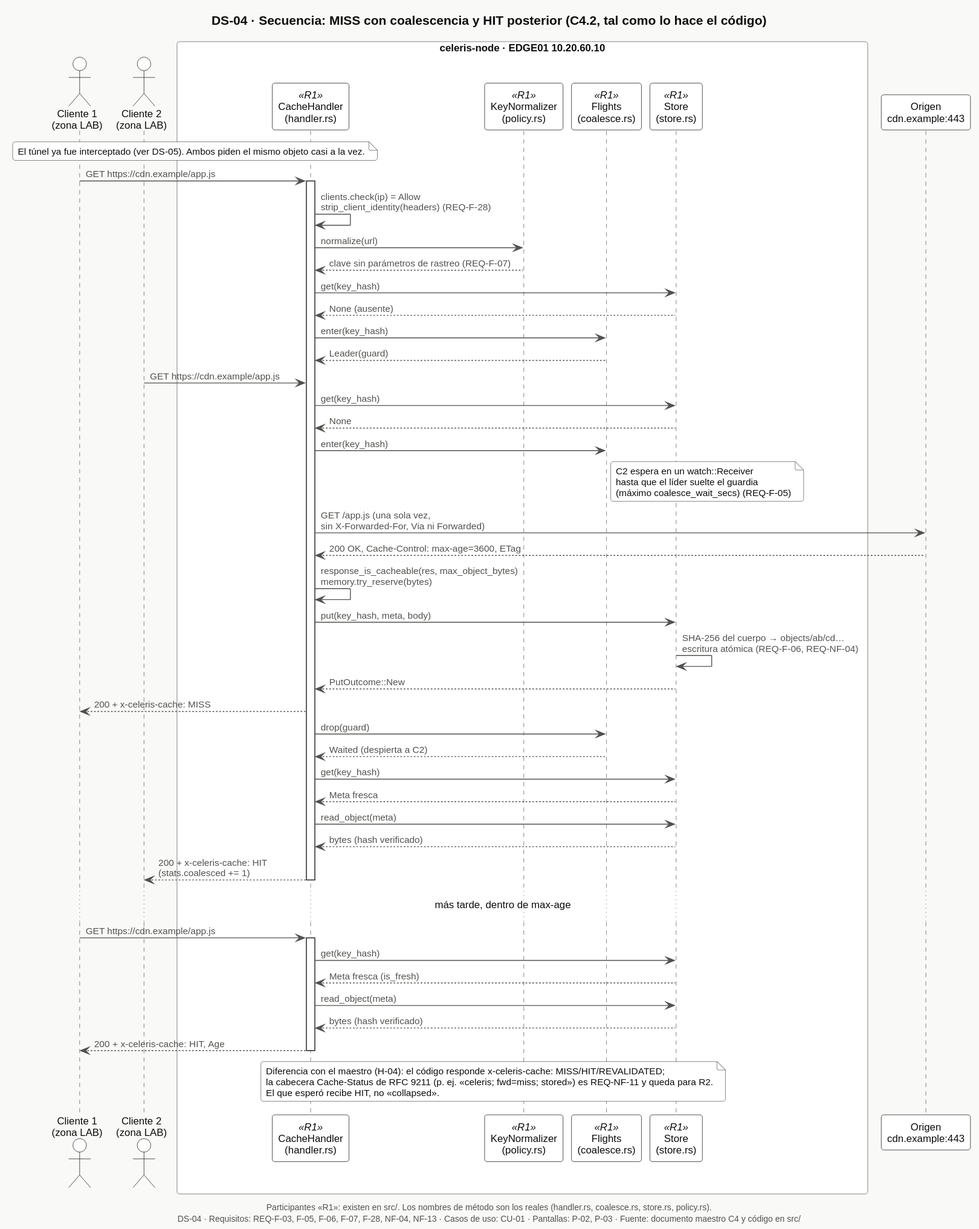
The PlantUML diagram docs/software/e1/diagramas/svg/DS-04-secuencia-miss-coalescencia-hit.svg in Nick-Saim-MJ/Project-Celeris, before a commit. Its diagram source:
```plantuml
@startuml
!include _estilo.iuml
title DS-04 · Secuencia: MISS con coalescencia y HIT posterior (C4.2, tal como lo hace el código)
caption Participantes «R1»: existen en src/. Los nombres de método son los reales (handler.rs, coalesce.rs, store.rs, policy.rs).

actor "Cliente 1\n(zona LAB)" as C1
actor "Cliente 2\n(zona LAB)" as C2
box "celeris-node · EDGE01 10.20.60.10" #FFFFFF
  participant "CacheHandler\n(handler.rs)" as H <<R1>>
  participant "KeyNormalizer\n(policy.rs)" as K <<R1>>
  participant "Flights\n(coalesce.rs)" as F <<R1>>
  participant "Store\n(store.rs)" as S <<R1>>
end box
participant "Origen\ncdn.example:443" as O

note over C1, H : El túnel ya fue interceptado (ver DS-05). Ambos piden el mismo objeto casi a la vez.

C1 -> H : GET https://cdn.example/app.js
activate H
H -> H : clients.check(ip) = Allow\nstrip_client_identity(headers) (REQ-F-28)
H -> K : normalize(url)
K --> H : clave sin parámetros de rastreo (REQ-F-07)
H -> S : get(key_hash)
S --> H : None (ausente)
H -> F : enter(key_hash)
F --> H : Leader(guard)

C2 -> H : GET https://cdn.example/app.js
H -> S : get(key_hash)
S --> H : None
H -> F : enter(key_hash)
note right of F : C2 espera en un watch::Receiver\nhasta que el líder suelte el guardia\n(máximo coalesce_wait_secs) (REQ-F-05)

H -> O : GET /app.js (una sola vez,\nsin X-Forwarded-For, Via ni Forwarded)
O --> H : 200 OK, Cache-Control: max-age=3600, ETag
H -> H : response_is_cacheable(res, max_object_bytes)\nmemory.try_reserve(bytes)
H -> S : put(key_hash, meta, body)
S -> S : SHA-256 del cuerpo → objects/ab/cd…\nescritura atómica (REQ-F-06, REQ-NF-04)
S --> H : PutOutcome::New
H --> C1 : 200 + x-celeris-cache: MISS
H -> F : drop(guard)
F --> H : Waited (despierta a C2)
H -> S : get(key_hash)
S --> H : Meta fresca
H -> S : read_object(meta)
S --> H : bytes (hash verificado)
H --> C2 : 200 + x-celeris-cache: HIT\n(stats.coalesced += 1)
deactivate H

... más tarde, dentro de max-age ...

C1 -> H : GET https://cdn.example/app.js
activate H
H -> S : get(key_hash)
S --> H : Meta fresca (is_fresh)
H -> S : read_object(meta)
S --> H : bytes (hash verificado)
H --> C1 : 200 + x-celeris-cache: HIT, Age
deactivate H

note over H, S
  Diferencia con el maestro (H-04): el código responde x-celeris-cache: MISS/HIT/REVALIDATED;
  la cabecera Cache-Status de RFC 9211 (p. ej. «celeris; fwd=miss; stored») es REQ-NF-11 y queda para R2.
  El que esperó recibe HIT, no «collapsed».
end note

$pie("DS-04", "REQ-F-03, F-05, F-06, F-07, F-28, NF-04, NF-13", "CU-01", "P-02, P-03")
@enduml
```
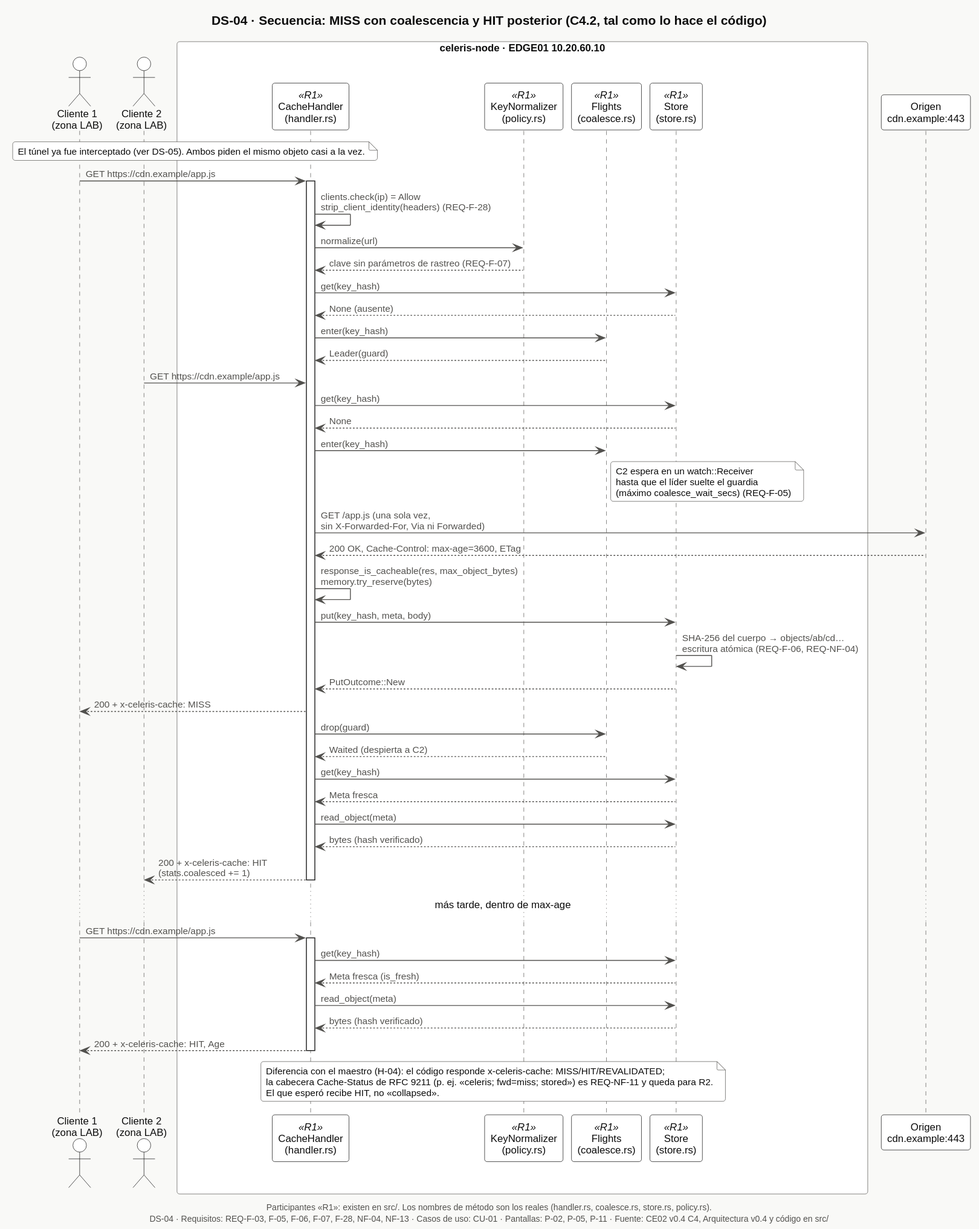
The same diagram one commit later.

What changed in the source:
```diff
@@ -64,5 +64,5 @@
   El que esperó recibe HIT, no «collapsed».
 end note
 
-$pie("DS-04", "REQ-F-03, F-05, F-06, F-07, F-28, NF-04, NF-13", "CU-01", "P-02, P-03")
+$pie("DS-04", "REQ-F-03, F-05, F-06, F-07, F-28, NF-04, NF-13", "CU-01", "P-02, P-05, P-11")
 @enduml
```
